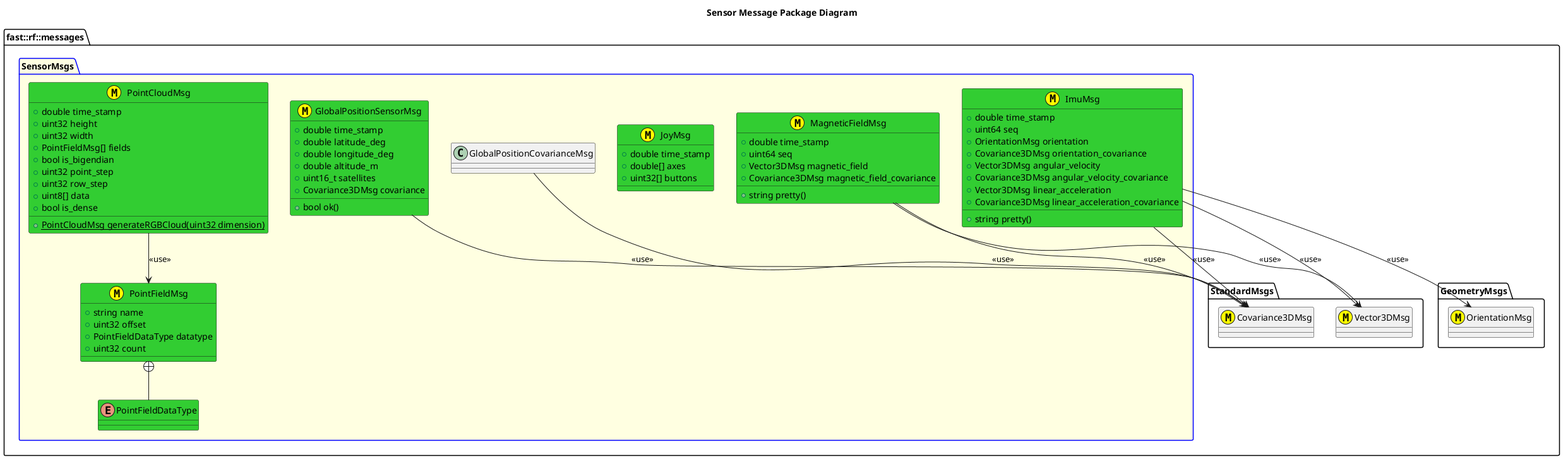
Above: msgs/SensorMsgs/doc/puml/SensorMessagesClassDiagram.png in fastrobotics/robot_framework (PlantUML), before the change.
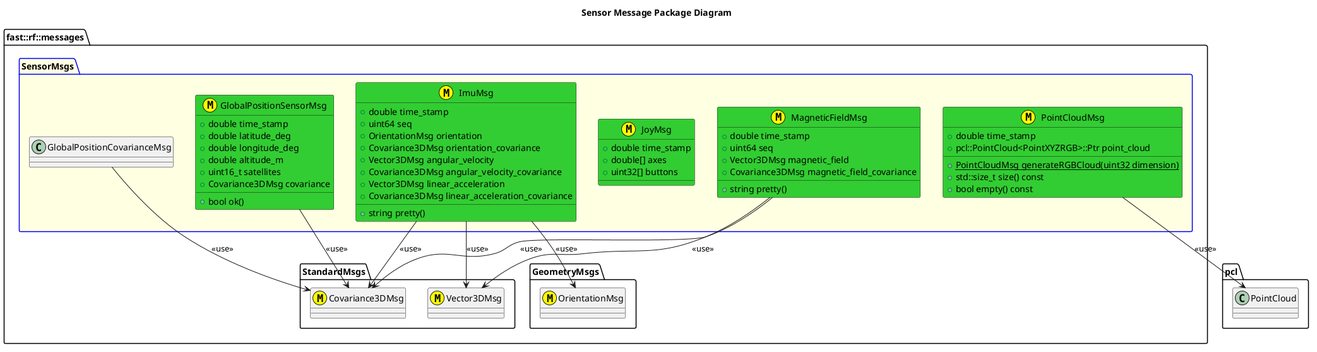
Above is the later version.

Change to the diagram source:
```diff
@@ -1,6 +1,8 @@
 @startuml
 title Sensor Message Package Diagram
-
+namespace pcl {
+    class PointCloud
+}
 namespace fast::rf::messages {
   namespace StandardMsgs {
     class Covariance3DMsg <<(M,#FFFF00) >>
@@ -52,28 +54,13 @@
     }
     MagneticFieldMsg --> Vector3DMsg: <<use>>
     MagneticFieldMsg --> Covariance3DMsg: <<use>>
-    enum PointFieldDataType #LimeGreen {
-
-    }
-    struct PointFieldMsg <<(M,#FFFF00)>> #LimeGreen {
-        +string name
-        +uint32 offset
-        +PointFieldDataType datatype
-        +uint32 count
-    }
-    PointFieldMsg +-- PointFieldDataType
     struct PointCloudMsg <<(M,#FFFF00)>> #LimeGreen {
         +{static} PointCloudMsg generateRGBCloud(uint32 dimension)
         +double time_stamp
-        +uint32 height
-        +uint32 width
-        +PointFieldMsg[] fields
-        +bool is_bigendian
-        +uint32 point_step
-        +uint32 row_step
-        +uint8[] data
-        +bool is_dense
+        +pcl::PointCloud<PointXYZRGB>::Ptr point_cloud
+        +std::size_t size() const
+        +bool empty() const
     }
-    PointCloudMsg --> PointFieldMsg: <<use>>
+    PointCloudMsg --> PointCloud: <<use>>
   }
   @enduml
```
